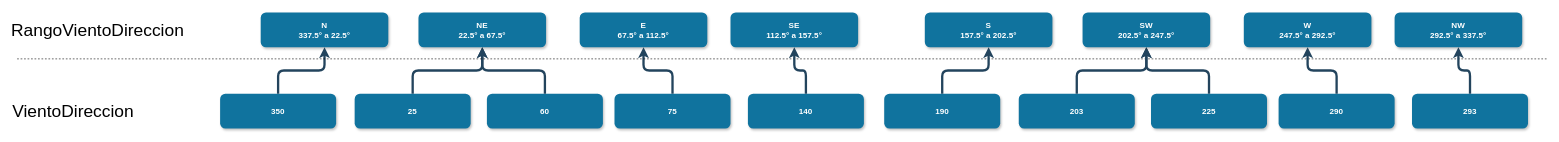
gonzalomelov/dw-calidad-aire-docs keeps this draw.io diagram as 2. Diseño conceptual/vientodireccion_example.drawio. Above is the earlier version. Source tidied: cells renumbered, new cells numbered last; positions are measured from the earlier drawing's top-left corner, leaving out a move shared by most shapes. Both pictures are drawn from the tidied source at 58%, with x=0, y=0 at pixel (10, 12).
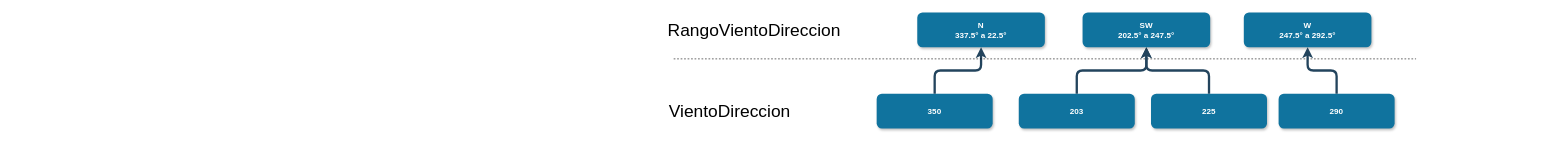
The same diagram, later.

Unchanged cells that the change refers to:
```xml
<mxCell id="21" value="203" style="rounded=1;fillColor=#10739E;strokeColor=none;shadow=1;gradientColor=none;fontStyle=1;fontColor=#FFFFFF;fontSize=14;" parent="1" vertex="1">
  <mxGeometry x="1739" y="140" width="200" height="60" as="geometry" />
</mxCell>
<mxCell id="22" value="225" style="rounded=1;fillColor=#10739E;strokeColor=none;shadow=1;gradientColor=none;fontStyle=1;fontColor=#FFFFFF;fontSize=14;" parent="1" vertex="1">
  <mxGeometry x="1967" y="140" width="200" height="60" as="geometry" />
</mxCell>
<mxCell id="26" value="W&#10;247.5° a 292.5°" style="rounded=1;fillColor=#10739E;strokeColor=none;shadow=1;gradientColor=none;fontStyle=1;fontColor=#FFFFFF;fontSize=14;" parent="1" vertex="1">
  <mxGeometry x="2127" width="220" height="60" as="geometry" />
</mxCell>
<mxCell id="27" value="290" style="rounded=1;fillColor=#10739E;strokeColor=none;shadow=1;gradientColor=none;fontStyle=1;fontColor=#FFFFFF;fontSize=14;" parent="1" vertex="1">
  <mxGeometry x="2187" y="140" width="200" height="60" as="geometry" />
</mxCell>
<mxCell id="29" value="SW&#10;202.5° a 247.5°" style="rounded=1;fillColor=#10739E;strokeColor=none;shadow=1;gradientColor=none;fontStyle=1;fontColor=#FFFFFF;fontSize=14;" parent="1" vertex="1">
  <mxGeometry x="1849" width="220" height="60" as="geometry" />
</mxCell>
```

Diff of the diagram source:
```diff
@@
     <mxCell id="2" value="N&#10;337.5° a 22.5°" style="rounded=1;fillColor=#10739E;strokeColor=none;shadow=1;gradientColor=none;fontStyle=1;fontColor=#FFFFFF;fontSize=14;" parent="1" vertex="1">
-      <mxGeometry x="432" width="220" height="60" as="geometry" />
+      <mxGeometry x="1564" width="220" height="60" as="geometry" />
     </mxCell>
     <mxCell id="3" value="350" style="rounded=1;fillColor=#10739E;strokeColor=none;shadow=1;gradientColor=none;fontStyle=1;fontColor=#FFFFFF;fontSize=14;" parent="1" vertex="1">
-      <mxGeometry x="362" y="140" width="200" height="60" as="geometry" />
+      <mxGeometry x="1494" y="140" width="200" height="60" as="geometry" />
     </mxCell>
-    <mxCell id="4" value="25" style="rounded=1;fillColor=#10739E;strokeColor=none;shadow=1;gradientColor=none;fontStyle=1;fontColor=#FFFFFF;fontSize=14;" parent="1" vertex="1">
-      <mxGeometry x="594" y="140" width="200" height="60" as="geometry" />
-    </mxCell>
-    <mxCell id="5" value="60" style="rounded=1;fillColor=#10739E;strokeColor=none;shadow=1;gradientColor=none;fontStyle=1;fontColor=#FFFFFF;fontSize=14;" parent="1" vertex="1">
-      <mxGeometry x="822" y="140" width="200" height="60" as="geometry" />
-    </mxCell>
-    <mxCell id="6" style="edgeStyle=elbowEdgeStyle;elbow=vertical;strokeWidth=4;endArrow=none;endFill=0;fontStyle=1;strokeColor=#23445D;exitX=0.5;exitY=1;exitDx=0;exitDy=0;startArrow=classic;startFill=1;" parent="1" edge="1" source="15" target="4">
-      <mxGeometry x="-8" y="360" as="geometry" />
-    </mxCell>
@@
-    <mxCell id="8" style="edgeStyle=elbowEdgeStyle;elbow=vertical;strokeWidth=4;endArrow=none;endFill=0;fontStyle=1;strokeColor=#23445D;exitX=0.5;exitY=1;exitDx=0;exitDy=0;startArrow=classic;startFill=1;" parent="1" edge="1" source="15" target="5">
-      <mxGeometry x="-8" y="360" as="geometry" />
-    </mxCell>
-    <mxCell id="9" value="E&#10;67.5° a 112.5°" style="rounded=1;fillColor=#10739E;strokeColor=none;shadow=1;gradientColor=none;fontStyle=1;fontColor=#FFFFFF;fontSize=14;" parent="1" vertex="1">
-      <mxGeometry x="982" width="220" height="60" as="geometry" />
-    </mxCell>
-    <mxCell id="10" value="75" style="rounded=1;fillColor=#10739E;strokeColor=none;shadow=1;gradientColor=none;fontStyle=1;fontColor=#FFFFFF;fontSize=14;" parent="1" vertex="1">
-      <mxGeometry x="1042" y="140" width="200" height="60" as="geometry" />
-    </mxCell>
-    <mxCell id="11" style="edgeStyle=elbowEdgeStyle;elbow=vertical;strokeWidth=4;endArrow=none;endFill=0;fontStyle=1;strokeColor=#23445D;startArrow=classic;startFill=1;" parent="1" edge="1" source="9" target="10">
-      <mxGeometry x="722" y="360" as="geometry" />
-    </mxCell>
     <mxCell id="12" style="endArrow=none;dashed=1;html=1;" parent="1" edge="1">
       <mxGeometry relative="1" as="geometry">
-        <mxPoint x="12" y="80" as="sourcePoint" />
-        <mxPoint x="2652" y="80" as="targetPoint" />
+        <mxPoint x="1144" y="80" as="sourcePoint" />
+        <mxPoint x="2424" y="80" as="targetPoint" />
       </mxGeometry>
     </mxCell>
     <mxCell id="13" value="&lt;font size=&quot;1&quot;&gt;&lt;span style=&quot;font-size: 30px&quot;&gt;RangoVientoDireccion&lt;/span&gt;&lt;/font&gt;" style="text;html=1;align=left;verticalAlign=top;spacingTop=-4;" parent="1" vertex="1">
-      <mxGeometry y="10" width="310" height="20" as="geometry" />
+      <mxGeometry x="1132" y="10" width="310" height="20" as="geometry" />
     </mxCell>
     <mxCell id="14" value="&lt;span style=&quot;font-size: 30px&quot;&gt;VientoDireccion&lt;/span&gt;" style="text;html=1;align=left;verticalAlign=top;spacingTop=-4;" parent="1" vertex="1">
-      <mxGeometry x="2" y="150" width="230" height="20" as="geometry" />
+      <mxGeometry x="1134" y="150" width="230" height="20" as="geometry" />
     </mxCell>
-    <mxCell id="15" value="NE&#10;22.5° a 67.5°" style="rounded=1;fillColor=#10739E;strokeColor=none;shadow=1;gradientColor=none;fontStyle=1;fontColor=#FFFFFF;fontSize=14;" parent="1" vertex="1">
-      <mxGeometry x="704" width="220" height="60" as="geometry" />
-    </mxCell>
-    <mxCell id="16" value="SE&#10;112.5° a 157.5°" style="rounded=1;fillColor=#10739E;strokeColor=none;shadow=1;gradientColor=none;fontStyle=1;fontColor=#FFFFFF;fontSize=14;" parent="1" vertex="1">
-      <mxGeometry x="1242" width="220" height="60" as="geometry" />
-    </mxCell>
-    <mxCell id="17" value="140" style="rounded=1;fillColor=#10739E;strokeColor=none;shadow=1;gradientColor=none;fontStyle=1;fontColor=#FFFFFF;fontSize=14;" parent="1" vertex="1">
-      <mxGeometry x="1272" y="140" width="200" height="60" as="geometry" />
-    </mxCell>
-    <mxCell id="18" style="edgeStyle=elbowEdgeStyle;elbow=vertical;strokeWidth=4;endArrow=none;endFill=0;fontStyle=1;strokeColor=#23445D;entryX=0.5;entryY=0;entryDx=0;entryDy=0;exitX=0.5;exitY=1;exitDx=0;exitDy=0;startArrow=classic;startFill=1;" parent="1" edge="1" source="16" target="17">
-      <mxGeometry x="732" y="370" as="geometry" />
-    </mxCell>
-    <mxCell id="19" value="S&#10;157.5° a 202.5°" style="rounded=1;fillColor=#10739E;strokeColor=none;shadow=1;gradientColor=none;fontStyle=1;fontColor=#FFFFFF;fontSize=14;" parent="1" vertex="1">
-      <mxGeometry x="1577" width="220" height="60" as="geometry" />
-    </mxCell>
-    <mxCell id="20" value="190" style="rounded=1;fillColor=#10739E;strokeColor=none;shadow=1;gradientColor=none;fontStyle=1;fontColor=#FFFFFF;fontSize=14;" parent="1" vertex="1">
-      <mxGeometry x="1507" y="140" width="200" height="60" as="geometry" />
-    </mxCell>
@@
     <mxCell id="23" style="edgeStyle=elbowEdgeStyle;elbow=vertical;strokeWidth=4;endArrow=none;endFill=0;fontStyle=1;strokeColor=#23445D;exitX=0.5;exitY=1;exitDx=0;exitDy=0;startArrow=classic;startFill=1;" parent="1" edge="1" source="29" target="21">
-      <mxGeometry x="1137" y="360" as="geometry" />
+      <mxGeometry x="5" y="360" as="geometry" />
     </mxCell>
-    <mxCell id="24" style="edgeStyle=elbowEdgeStyle;elbow=vertical;strokeWidth=4;endArrow=none;endFill=0;fontStyle=1;strokeColor=#23445D;startArrow=classic;startFill=1;" parent="1" edge="1" source="19" target="20">
-      <mxGeometry x="1137" y="360" as="geometry" />
-    </mxCell>
     <mxCell id="25" style="edgeStyle=elbowEdgeStyle;elbow=vertical;strokeWidth=4;endArrow=none;endFill=0;fontStyle=1;strokeColor=#23445D;exitX=0.5;exitY=1;exitDx=0;exitDy=0;startArrow=classic;startFill=1;" parent="1" edge="1" source="29" target="22">
-      <mxGeometry x="1137" y="360" as="geometry" />
+      <mxGeometry x="5" y="360" as="geometry" />
     </mxCell>
@@
     <mxCell id="28" style="edgeStyle=elbowEdgeStyle;elbow=vertical;strokeWidth=4;endArrow=none;endFill=0;fontStyle=1;strokeColor=#23445D;startArrow=classic;startFill=1;" parent="1" edge="1" source="26" target="27">
-      <mxGeometry x="1867" y="360" as="geometry" />
+      <mxGeometry x="735" y="360" as="geometry" />
     </mxCell>
@@
-    <mxCell id="30" value="NW&#10;292.5° a 337.5°" style="rounded=1;fillColor=#10739E;strokeColor=none;shadow=1;gradientColor=none;fontStyle=1;fontColor=#FFFFFF;fontSize=14;" parent="1" vertex="1">
-      <mxGeometry x="2387" width="220" height="60" as="geometry" />
-    </mxCell>
-    <mxCell id="31" value="293" style="rounded=1;fillColor=#10739E;strokeColor=none;shadow=1;gradientColor=none;fontStyle=1;fontColor=#FFFFFF;fontSize=14;" parent="1" vertex="1">
-      <mxGeometry x="2417" y="140" width="200" height="60" as="geometry" />
-    </mxCell>
-    <mxCell id="32" style="edgeStyle=elbowEdgeStyle;elbow=vertical;strokeWidth=4;endArrow=none;endFill=0;fontStyle=1;strokeColor=#23445D;entryX=0.5;entryY=0;entryDx=0;entryDy=0;exitX=0.5;exitY=1;exitDx=0;exitDy=0;startArrow=classic;startFill=1;" parent="1" edge="1" source="30" target="31">
-      <mxGeometry x="1877" y="370" as="geometry" />
-    </mxCell>
```
